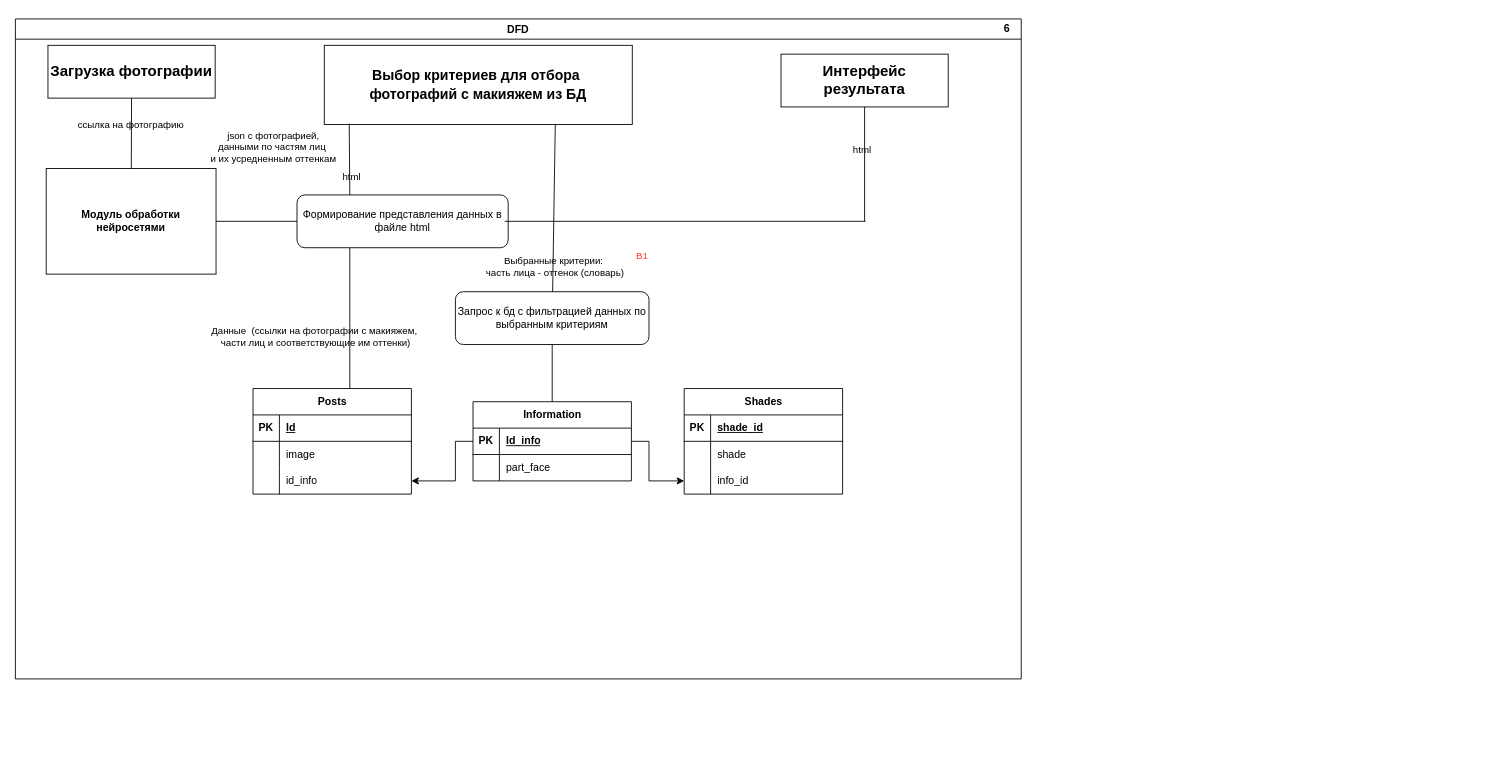
Earlier version of the draw.io diagram page "DFD" (9 of 9) of documentation/Диаграмма без названия.drawio (DashaTkach/Project). Source tidied: cells renumbered, new cells numbered last; positions are measured from the earlier drawing's top-left corner, leaving out a move shared by most shapes. Both pictures are drawn from the tidied source at 88%, with x=0, y=0 at pixel (15, 15). Pictures stored in the file or linked from it are replaced by grey dashed boxes.
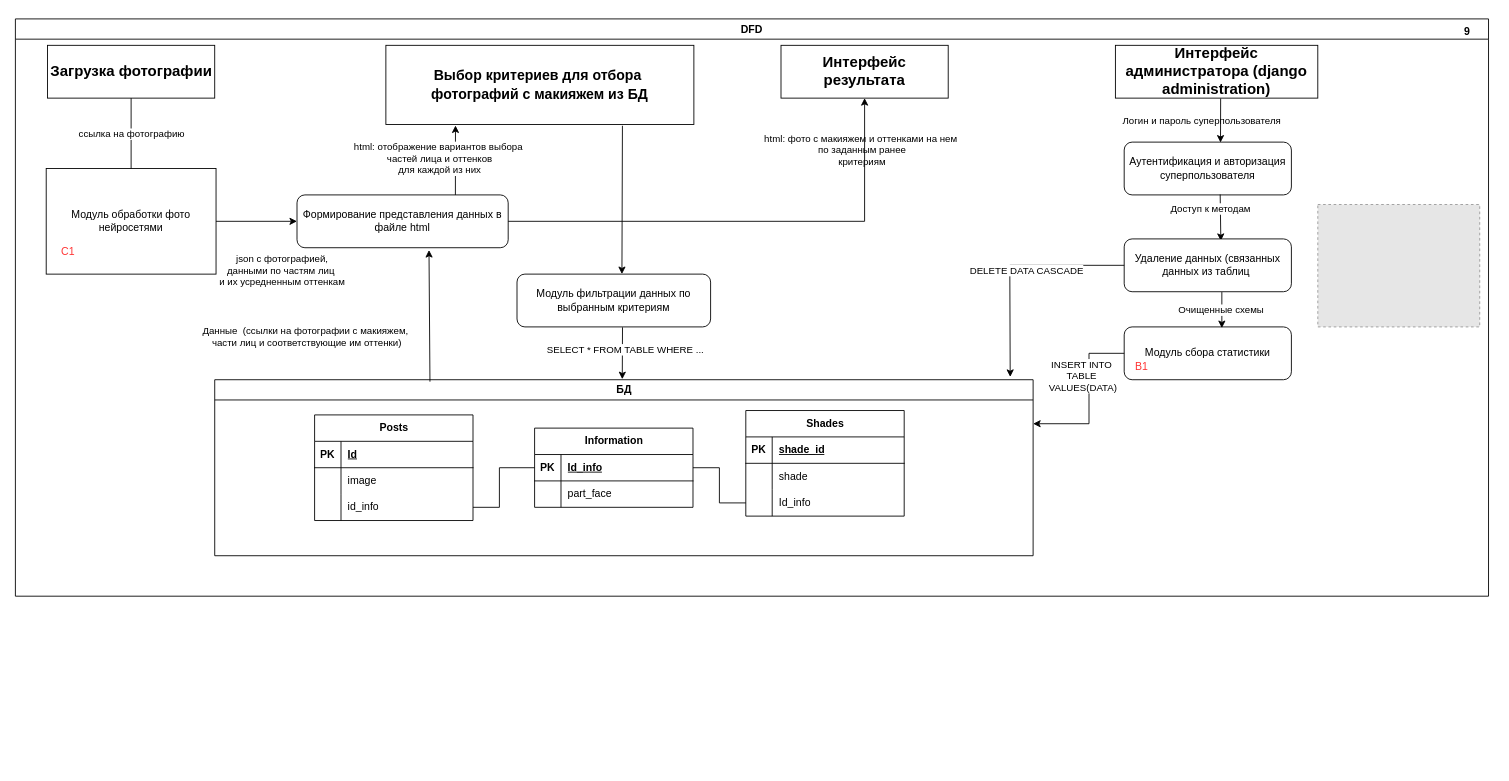
After the change.

Unchanged cells that the change refers to:
```xml
<mxCell id="11" style="shape=tableRow;horizontal=0;startSize=0;swimlaneHead=0;swimlaneBody=0;fillColor=none;points=[[0,0.5],[1,0.5]];portConstraint=eastwest;top=0;left=0;right=0;bottom=0;" parent="4" vertex="1">
  <mxGeometry y="90" width="180" height="30" as="geometry" />
</mxCell>
<mxCell id="15" style="shape=tableRow;horizontal=0;startSize=0;swimlaneHead=0;swimlaneBody=0;fillColor=none;points=[[0,0.5],[1,0.5]];portConstraint=eastwest;top=0;left=0;right=0;bottom=1;" parent="14" vertex="1">
  <mxGeometry y="30" width="180" height="30" as="geometry" />
</mxCell>
<mxCell id="28" style="shape=tableRow;horizontal=0;startSize=0;swimlaneHead=0;swimlaneBody=0;fillColor=none;points=[[0,0.5],[1,0.5]];portConstraint=eastwest;top=0;left=0;right=0;bottom=0;" parent="21" vertex="1">
  <mxGeometry y="90" width="180" height="30" as="geometry" />
</mxCell>
```

What changed in the source:
```diff
@@
+    <mxCell id="35" value="DFD" style="swimlane;" parent="1" vertex="1">
+      <mxGeometry y="4" width="1674" height="656" as="geometry" />
+    </mxCell>
+    <mxCell id="36" value="&lt;b&gt;9&lt;/b&gt;" style="text;html=1;align=center;verticalAlign=middle;whiteSpace=wrap;rounded=0;" parent="35" vertex="1">
+      <mxGeometry x="1620" width="60" height="30" as="geometry" />
+    </mxCell>
+    <mxCell id="37" value="Модуль обработки фото нейросетями" style="rounded=0;whiteSpace=wrap;html=1;" parent="35" vertex="1">
+      <mxGeometry x="35" y="170" width="193" height="120" as="geometry" />
+    </mxCell>
+    <mxCell id="38" value="json с фотографией,&lt;div&gt;данными по частям лиц&amp;nbsp;&lt;/div&gt;&lt;div&gt;и их усредненным оттенкам&lt;/div&gt;" style="edgeLabel;html=1;align=center;verticalAlign=middle;" parent="35" vertex="1">
+      <mxGeometry x="310" y="320" as="geometry">
+        <mxPoint x="-8" y="-35" as="offset" />
+      </mxGeometry>
+    </mxCell>
+    <mxCell id="39" value="&lt;font style=&quot;font-size: 12px;&quot;&gt;Формирование представления данных в файле html&lt;/font&gt;" style="rounded=1;whiteSpace=wrap;html=1;" parent="35" vertex="1">
+      <mxGeometry x="320" y="200" width="240" height="60" as="geometry" />
+    </mxCell>
+    <mxCell id="42" value="html:&amp;nbsp;фото с макияжем и оттенками на нем&amp;nbsp;&lt;div&gt;по заданным ранее &lt;br/&gt;критериям&lt;/div&gt;" style="edgeLabel;html=1;align=center;verticalAlign=middle;" parent="35" vertex="1">
+      <mxGeometry x="1320" y="730" as="geometry">
+        <mxPoint x="-359" y="-582" as="offset" />
+      </mxGeometry>
+    </mxCell>
+    <mxCell id="43" value="&lt;font style=&quot;font-size: 12px;&quot;&gt;Модуль фильтрации данных по выбранным критериям&lt;/font&gt;" style="rounded=1;whiteSpace=wrap;html=1;" parent="35" vertex="1">
+      <mxGeometry x="570" y="290" width="220" height="60" as="geometry" />
+    </mxCell>
+    <mxCell id="44" value="Данные&amp;nbsp; (ссылки на фотографии с макияжем,&amp;nbsp;&lt;div&gt;части лиц и соответствующие им оттенки)&lt;/div&gt;" style="edgeLabel;html=1;align=center;verticalAlign=middle;" parent="35" vertex="1">
+      <mxGeometry x="330" y="360" as="geometry" />
+    </mxCell>
+    <mxCell id="46" value="Интерфейс результата" style="rounded=0;whiteSpace=wrap;html=1;fontSize=17;fontStyle=1;" parent="35" vertex="1">
+      <mxGeometry x="870" y="30" width="190" height="60" as="geometry" />
+    </mxCell>
-    <mxCell id="2" value="Загрузка фотографии" style="rounded=0;whiteSpace=wrap;html=1;fontSize=17;fontStyle=1;" parent="1" vertex="1">
-      <mxGeometry x="37" y="34" width="190" height="60" as="geometry" />
+    <mxCell id="2" value="Загрузка фотографии" style="rounded=0;whiteSpace=wrap;html=1;fontSize=17;fontStyle=1;" parent="35" vertex="1">
+      <mxGeometry x="36.5" y="30" width="190" height="60" as="geometry" />
     </mxCell>
+    <mxCell id="49" style="endArrow=none;html=1;rounded=0;entryX=0.5;entryY=1;entryDx=0;entryDy=0;" parent="35" edge="1" source="37" target="2">
+      <mxGeometry relative="1" as="geometry" />
+    </mxCell>
+    <mxCell id="31" value="ссылка на фотографию" style="edgeLabel;html=1;align=center;verticalAlign=middle;" parent="35" vertex="1">
+      <mxGeometry x="131.5" y="130" as="geometry" />
+    </mxCell>
-    <mxCell id="3" value="&lt;font style=&quot;font-size: 16px;&quot;&gt;Выбор критериев для отбора&amp;nbsp;&lt;/font&gt;&lt;div&gt;&lt;font style=&quot;font-size: 16px;&quot;&gt;фотографий&amp;nbsp;&lt;/font&gt;&lt;span style=&quot;font-size: 16px; background-color: initial;&quot;&gt;с макияжем из БД&lt;/span&gt;&lt;/div&gt;" style="rounded=0;whiteSpace=wrap;html=1;fontSize=17;fontStyle=1;" parent="1" vertex="1">
-      <mxGeometry x="351" y="34" width="350" height="90" as="geometry" />
+    <mxCell id="3" value="&lt;font style=&quot;font-size: 16px;&quot;&gt;Выбор критериев для отбора&amp;nbsp;&lt;/font&gt;&lt;div&gt;&lt;font style=&quot;font-size: 16px;&quot;&gt;фотографий&amp;nbsp;&lt;/font&gt;&lt;span style=&quot;font-size: 16px; background-color: initial;&quot;&gt;с макияжем из БД&lt;/span&gt;&lt;/div&gt;" style="rounded=0;whiteSpace=wrap;html=1;fontSize=17;fontStyle=1;" parent="35" vertex="1">
+      <mxGeometry x="421" y="30" width="350" height="90" as="geometry" />
     </mxCell>
+    <mxCell id="54" value="Интерфейс администратора (django administration)" style="rounded=0;whiteSpace=wrap;html=1;fontSize=17;fontStyle=1;" parent="35" vertex="1">
+      <mxGeometry x="1250" y="30" width="230" height="60" as="geometry" />
+    </mxCell>
+    <mxCell id="55" value="Аутентификация и авторизация суперпользователя" style="rounded=1;whiteSpace=wrap;html=1;" parent="35" vertex="1">
+      <mxGeometry x="1260" y="140" width="190" height="60" as="geometry" />
+    </mxCell>
+    <mxCell id="56" value="Логин и пароль суперпользователя" style="edgeLabel;html=1;align=center;verticalAlign=middle;" parent="35" vertex="1">
+      <mxGeometry x="1355" y="150" as="geometry">
+        <mxPoint x="-8" y="-35" as="offset" />
+      </mxGeometry>
+    </mxCell>
+    <mxCell id="57" style="endArrow=classic;html=1;rounded=0;exitX=0.52;exitY=1.008;exitDx=0;exitDy=0;exitPerimeter=0;entryX=0.576;entryY=0.009;entryDx=0;entryDy=0;entryPerimeter=0;" parent="35" edge="1" source="54" target="55">
+      <mxGeometry relative="1" as="geometry" />
+    </mxCell>
+    <mxCell id="58" style="fillColor=#E6E6E6;strokeColor=#999999;dashed=1;verticalLabelPosition=bottom;labelBackgroundColor=default;verticalAlign=top;" parent="35" vertex="1">
+      <mxGeometry x="1480" y="210.9" width="184" height="139.1" as="geometry" />
+    </mxCell>
+    <mxCell id="59" style="endArrow=classic;html=1;rounded=0;exitX=0.574;exitY=0.992;exitDx=0;exitDy=0;exitPerimeter=0;entryX=0.578;entryY=0.038;entryDx=0;entryDy=0;entryPerimeter=0;" parent="35" edge="1" source="55" target="62">
+      <mxGeometry relative="1" as="geometry" />
+    </mxCell>
+    <mxCell id="60" value="Модуль сбора статистики" style="rounded=1;whiteSpace=wrap;html=1;" parent="35" vertex="1">
+      <mxGeometry x="1260" y="350" width="190" height="60" as="geometry" />
+    </mxCell>
+    <mxCell id="61" value="Доступ к методам" style="edgeLabel;html=1;align=center;verticalAlign=middle;" parent="35" vertex="1">
+      <mxGeometry x="1365" y="250" as="geometry">
+        <mxPoint x="-8" y="-35" as="offset" />
+      </mxGeometry>
+    </mxCell>
+    <mxCell id="62" value="Удаление данных (связанных данных из таблиц&amp;nbsp;" style="rounded=1;whiteSpace=wrap;html=1;" parent="35" vertex="1">
+      <mxGeometry x="1260" y="250" width="190" height="60" as="geometry" />
+    </mxCell>
+    <mxCell id="63" style="endArrow=classic;html=1;rounded=0;exitX=0.584;exitY=1.007;exitDx=0;exitDy=0;exitPerimeter=0;entryX=0.584;entryY=0.022;entryDx=0;entryDy=0;entryPerimeter=0;" parent="35" edge="1" source="62" target="60">
+      <mxGeometry relative="1" as="geometry" />
+    </mxCell>
+    <mxCell id="64" value="Очищенные схемы" style="edgeLabel;html=1;align=center;verticalAlign=middle;" parent="63" vertex="1">
+      <mxGeometry x="-0.03" y="-1" relative="1" as="geometry" />
+    </mxCell>
-    <mxCell id="4" value="Posts" style="shape=table;startSize=30;childLayout=tableLayout;rowLines=0;fontStyle=1;align=center;html=1;" parent="1" vertex="1">
-      <mxGeometry x="270" y="424" width="180" height="120" as="geometry" />
+    <mxCell id="4" value="Posts" style="shape=table;startSize=30;childLayout=tableLayout;rowLines=0;fontStyle=1;align=center;html=1;" parent="35" vertex="1">
+      <mxGeometry x="340" y="450" width="180" height="120" as="geometry" />
     </mxCell>
@@
-    <mxCell id="14" value="Information" style="shape=table;startSize=30;childLayout=tableLayout;rowLines=0;fontStyle=1;align=center;html=1;" parent="1" vertex="1">
-      <mxGeometry x="520" y="439" width="180" height="90" as="geometry" />
+    <mxCell id="14" value="Information" style="shape=table;startSize=30;childLayout=tableLayout;rowLines=0;fontStyle=1;align=center;html=1;" parent="35" vertex="1">
+      <mxGeometry x="590" y="465" width="180" height="90" as="geometry" />
     </mxCell>
@@
-    <mxCell id="21" value="Shades" style="shape=table;startSize=30;childLayout=tableLayout;rowLines=0;fontStyle=1;align=center;html=1;" parent="1" vertex="1">
-      <mxGeometry x="760" y="424" width="180" height="120" as="geometry" />
+    <mxCell id="21" value="Shades" style="shape=table;startSize=30;childLayout=tableLayout;rowLines=0;fontStyle=1;align=center;html=1;" parent="35" vertex="1">
+      <mxGeometry x="830" y="445" width="180" height="120" as="geometry" />
     </mxCell>
@@
-    <mxCell id="30" value="info_id" style="shape=partialRectangle;fillColor=none;top=0;left=0;bottom=0;right=0;align=left;spacingLeft=6;overflow=hidden;whiteSpace=wrap;html=1;" parent="28" vertex="1">
+    <mxCell id="30" value="Id_info" style="shape=partialRectangle;fillColor=none;top=0;left=0;bottom=0;right=0;align=left;spacingLeft=6;overflow=hidden;whiteSpace=wrap;html=1;" parent="28" vertex="1">
       <mxGeometry x="30" width="150" height="30" as="geometry" />
     </mxCell>
-    <mxCell id="31" value="ссылка на фотографию" style="edgeLabel;html=1;align=center;verticalAlign=middle;" parent="1" vertex="1">
-      <mxGeometry x="130" y="124" as="geometry" />
-    </mxCell>
+    <mxCell id="65" value="БД" style="swimlane;whiteSpace=wrap;html=1;" parent="35" vertex="1">
+      <mxGeometry x="226.5" y="410" width="930" height="200" as="geometry" />
+    </mxCell>
+    <mxCell id="66" style="endArrow=classic;html=1;rounded=0;exitX=0;exitY=0.5;exitDx=0;exitDy=0;entryX=0.972;entryY=-0.016;entryDx=0;entryDy=0;entryPerimeter=0;" parent="35" edge="1" source="62" target="65">
+      <mxGeometry relative="1" as="geometry">
+        <Array as="points">
+          <mxPoint x="1130" y="280" />
+        </Array>
+      </mxGeometry>
+    </mxCell>
+    <mxCell id="67" style="endArrow=classic;html=1;rounded=0;exitX=0;exitY=0.5;exitDx=0;exitDy=0;entryX=1;entryY=0.25;entryDx=0;entryDy=0;" parent="35" edge="1" source="60" target="65">
+      <mxGeometry relative="1" as="geometry">
+        <Array as="points">
+          <mxPoint x="1220" y="380" />
+          <mxPoint x="1220" y="460" />
+        </Array>
+      </mxGeometry>
+    </mxCell>
+    <mxCell id="68" value="INSERT INTO&amp;nbsp;&lt;div&gt;TABLE&amp;nbsp;&lt;div&gt;VALUES(DATA)&lt;/div&gt;&lt;/div&gt;" style="edgeLabel;html=1;align=center;verticalAlign=middle;" parent="35" vertex="1">
+      <mxGeometry x="1220" y="440" as="geometry">
+        <mxPoint x="-8" y="-35" as="offset" />
+      </mxGeometry>
+    </mxCell>
+    <mxCell id="69" value="DELETE DATA CASCADE" style="edgeLabel;html=1;align=center;verticalAlign=middle;" parent="35" vertex="1">
+      <mxGeometry x="1156.5" y="320" as="geometry">
+        <mxPoint x="-8" y="-35" as="offset" />
+      </mxGeometry>
+    </mxCell>
+    <mxCell id="41" style="endArrow=classic;html=1;rounded=0;exitX=1;exitY=0.5;exitDx=0;exitDy=0;entryX=0;entryY=0.5;entryDx=0;entryDy=0;" parent="35" edge="1" source="37" target="39">
+      <mxGeometry relative="1" as="geometry" />
+    </mxCell>
+    <mxCell id="50" style="endArrow=classic;html=1;rounded=0;exitX=0.75;exitY=0;exitDx=0;exitDy=0;entryX=0.226;entryY=1.012;entryDx=0;entryDy=0;entryPerimeter=0;" parent="35" edge="1" source="39" target="3">
+      <mxGeometry relative="1" as="geometry" />
+    </mxCell>
+    <mxCell id="48" value="html: отображение вариантов выбора&amp;nbsp;&lt;div&gt;частей лица и оттенков &lt;br&gt;для каждой из них&lt;/div&gt;" style="edgeLabel;html=1;align=center;verticalAlign=middle;" parent="35" vertex="1">
+      <mxGeometry x="840" y="740" as="geometry">
+        <mxPoint x="-359" y="-582" as="offset" />
+      </mxGeometry>
+    </mxCell>
+    <mxCell id="70" style="endArrow=classic;html=1;rounded=0;exitX=0.768;exitY=1.016;exitDx=0;exitDy=0;entryX=0.542;entryY=-0.001;entryDx=0;entryDy=0;entryPerimeter=0;exitPerimeter=0;" parent="35" edge="1" source="3" target="43">
+      <mxGeometry relative="1" as="geometry" />
+    </mxCell>
+    <mxCell id="71" style="endArrow=classic;html=1;rounded=0;exitX=0.545;exitY=1.008;exitDx=0;exitDy=0;exitPerimeter=0;entryX=0.498;entryY=-0.003;entryDx=0;entryDy=0;entryPerimeter=0;" parent="35" edge="1" source="43" target="65">
+      <mxGeometry relative="1" as="geometry" />
+    </mxCell>
+    <mxCell id="72" value="SELECT * FROM TABLE WHERE ..." style="edgeLabel;html=1;align=center;verticalAlign=middle;" parent="35" vertex="1">
+      <mxGeometry x="700" y="410" as="geometry">
+        <mxPoint x="-8" y="-35" as="offset" />
+      </mxGeometry>
+    </mxCell>
+    <mxCell id="73" style="endArrow=classic;html=1;rounded=0;entryX=0.625;entryY=1.044;entryDx=0;entryDy=0;entryPerimeter=0;exitX=0.263;exitY=0.011;exitDx=0;exitDy=0;exitPerimeter=0;" parent="35" edge="1" source="65" target="39">
+      <mxGeometry relative="1" as="geometry" />
+    </mxCell>
+    <mxCell id="74" style="endArrow=classic;html=1;rounded=0;exitX=1;exitY=0.5;exitDx=0;exitDy=0;entryX=0.5;entryY=1;entryDx=0;entryDy=0;" parent="35" edge="1" source="39" target="46">
+      <mxGeometry relative="1" as="geometry">
+        <Array as="points">
+          <mxPoint x="965" y="230" />
+        </Array>
+      </mxGeometry>
+    </mxCell>
+    <mxCell id="75" style="endArrow=none;html=1;rounded=0;entryX=0;entryY=0.5;entryDx=0;entryDy=0;exitX=1;exitY=0.5;exitDx=0;exitDy=0;" parent="35" edge="1" source="11" target="15">
+      <mxGeometry relative="1" as="geometry">
+        <Array as="points">
+          <mxPoint x="550" y="555" />
+          <mxPoint x="550" y="510" />
+        </Array>
+      </mxGeometry>
+    </mxCell>
-    <mxCell id="32" style="endArrow=classic;html=1;rounded=0;exitX=1;exitY=0.5;exitDx=0;exitDy=0;entryX=0;entryY=0.5;entryDx=0;entryDy=0;" parent="1" edge="1" source="15" target="28">
+    <mxCell id="32" style="endArrow=none;html=1;rounded=0;entryX=0;entryY=0.5;entryDx=0;entryDy=0;exitX=1;exitY=0.5;exitDx=0;exitDy=0;" parent="35" edge="1" source="15" target="28">
       <mxGeometry relative="1" as="geometry">
         <Array as="points">
-          <mxPoint x="720" y="484" />
-          <mxPoint x="720" y="529" />
+          <mxPoint x="800" y="510" />
+          <mxPoint x="800" y="550" />
         </Array>
       </mxGeometry>
     </mxCell>
-    <mxCell id="33" style="endArrow=classic;html=1;rounded=0;exitX=0;exitY=0.5;exitDx=0;exitDy=0;entryX=1;entryY=0.5;entryDx=0;entryDy=0;" parent="1" edge="1" source="15" target="11">
-      <mxGeometry relative="1" as="geometry">
-        <Array as="points">
-          <mxPoint x="500" y="484" />
-          <mxPoint x="500" y="529" />
-        </Array>
-      </mxGeometry>
-    </mxCell>
-    <mxCell id="34" value="&lt;font color=&quot;#ff3333&quot;&gt;В1&lt;/font&gt;" style="edgeLabel;html=1;align=center;verticalAlign=middle;" parent="1" vertex="1">
-      <mxGeometry x="1070" y="854" as="geometry">
-        <mxPoint x="-359" y="-582" as="offset" />
-      </mxGeometry>
-    </mxCell>
-    <mxCell id="35" value="DFD" style="swimlane;" parent="1" vertex="1">
-      <mxGeometry y="4" width="1143" height="750" as="geometry" />
-    </mxCell>
-    <mxCell id="36" value="&lt;b&gt;6&lt;/b&gt;" style="text;html=1;align=center;verticalAlign=middle;whiteSpace=wrap;rounded=0;" parent="35" vertex="1">
-      <mxGeometry x="1097" y="-4" width="60" height="30" as="geometry" />
-    </mxCell>
-    <mxCell id="37" value="&lt;b&gt;Модуль обработки нейросетями&lt;/b&gt;" style="rounded=0;whiteSpace=wrap;html=1;" parent="35" vertex="1">
-      <mxGeometry x="35" y="170" width="193" height="120" as="geometry" />
-    </mxCell>
-    <mxCell id="38" value="json с фотографией,&lt;div&gt;данными по частям лиц&amp;nbsp;&lt;/div&gt;&lt;div&gt;и их усредненным оттенкам&lt;/div&gt;" style="edgeLabel;html=1;align=center;verticalAlign=middle;" parent="35" vertex="1">
-      <mxGeometry x="300" y="180" as="geometry">
-        <mxPoint x="-8" y="-35" as="offset" />
-      </mxGeometry>
-    </mxCell>
-    <mxCell id="39" value="&lt;font style=&quot;font-size: 12px;&quot;&gt;Формирование представления данных в файле html&lt;/font&gt;" style="rounded=1;whiteSpace=wrap;html=1;" parent="35" vertex="1">
-      <mxGeometry x="320" y="200" width="240" height="60" as="geometry" />
-    </mxCell>
-    <mxCell id="40" value="Выбранные критерии:&amp;nbsp;&lt;div&gt;часть лица - оттенок (словарь)&lt;/div&gt;" style="edgeLabel;html=1;align=center;verticalAlign=middle;" parent="35" vertex="1">
-      <mxGeometry x="612" y="281" as="geometry" />
-    </mxCell>
-    <mxCell id="41" style="endArrow=none;html=1;rounded=0;" parent="35" edge="1" source="37" target="39">
-      <mxGeometry relative="1" as="geometry" />
-    </mxCell>
-    <mxCell id="42" value="html" style="edgeLabel;html=1;align=center;verticalAlign=middle;" parent="35" vertex="1">
-      <mxGeometry x="1320" y="730" as="geometry">
-        <mxPoint x="-359" y="-582" as="offset" />
-      </mxGeometry>
-    </mxCell>
-    <mxCell id="43" value="&lt;font style=&quot;font-size: 12px;&quot;&gt;Запрос к бд с фильтрацией данных по выбранным критериям&lt;/font&gt;" style="rounded=1;whiteSpace=wrap;html=1;" parent="35" vertex="1">
-      <mxGeometry x="500" y="310" width="220" height="60" as="geometry" />
-    </mxCell>
-    <mxCell id="44" value="Данные&amp;nbsp; (ссылки на фотографии с макияжем,&amp;nbsp;&lt;div&gt;части лиц и соответствующие им оттенки)&lt;/div&gt;" style="edgeLabel;html=1;align=center;verticalAlign=middle;" parent="35" vertex="1">
-      <mxGeometry x="340" y="360" as="geometry" />
-    </mxCell>
-    <mxCell id="45" style="endArrow=none;html=1;rounded=0;entryX=0.25;entryY=1;entryDx=0;entryDy=0;" parent="35" edge="1" target="39">
-      <mxGeometry relative="1" as="geometry">
-        <mxPoint x="380" y="420" as="sourcePoint" />
-      </mxGeometry>
-    </mxCell>
-    <mxCell id="46" value="Интерфейс результата" style="rounded=0;whiteSpace=wrap;html=1;fontSize=17;fontStyle=1;" parent="35" vertex="1">
-      <mxGeometry x="870" y="40" width="190" height="60" as="geometry" />
-    </mxCell>
-    <mxCell id="47" style="endArrow=none;html=1;rounded=0;exitX=1;exitY=0.5;exitDx=0;exitDy=0;" parent="35" edge="1">
-      <mxGeometry relative="1" as="geometry">
-        <mxPoint x="556" y="230" as="sourcePoint" />
-        <mxPoint x="966" y="230" as="targetPoint" />
-      </mxGeometry>
-    </mxCell>
-    <mxCell id="48" value="html" style="edgeLabel;html=1;align=center;verticalAlign=middle;" parent="35" vertex="1">
-      <mxGeometry x="740" y="760" as="geometry">
-        <mxPoint x="-359" y="-582" as="offset" />
-      </mxGeometry>
-    </mxCell>
-    <mxCell id="49" style="endArrow=none;html=1;rounded=0;entryX=0.5;entryY=1;entryDx=0;entryDy=0;" parent="1" edge="1" source="37" target="2">
-      <mxGeometry relative="1" as="geometry" />
-    </mxCell>
-    <mxCell id="50" style="endArrow=none;html=1;rounded=0;entryX=0.081;entryY=0.987;entryDx=0;entryDy=0;exitX=0.25;exitY=0;exitDx=0;exitDy=0;entryPerimeter=0;" parent="1" edge="1" source="39" target="3">
-      <mxGeometry relative="1" as="geometry" />
-    </mxCell>
-    <mxCell id="51" style="endArrow=none;html=1;rounded=0;entryX=0.5;entryY=1;entryDx=0;entryDy=0;exitX=0.5;exitY=0;exitDx=0;exitDy=0;" parent="1" edge="1" source="14" target="43">
-      <mxGeometry relative="1" as="geometry" />
-    </mxCell>
-    <mxCell id="52" style="endArrow=none;html=1;rounded=0;entryX=0.75;entryY=1;entryDx=0;entryDy=0;" parent="1" edge="1" source="43" target="3">
-      <mxGeometry relative="1" as="geometry" />
-    </mxCell>
-    <mxCell id="53" style="endArrow=none;html=1;rounded=0;entryX=0.5;entryY=1;entryDx=0;entryDy=0;" parent="1" edge="1" target="46">
-      <mxGeometry relative="1" as="geometry">
-        <mxPoint x="965" y="234" as="sourcePoint" />
-      </mxGeometry>
-    </mxCell>
+    <mxCell id="76" value="&lt;font color=&quot;#ff3333&quot;&gt;B1&lt;/font&gt;" style="text;html=1;align=center;verticalAlign=middle;whiteSpace=wrap;rounded=0;" parent="35" vertex="1">
+      <mxGeometry x="1250" y="380" width="60" height="30" as="geometry" />
+    </mxCell>
+    <mxCell id="77" value="&lt;font color=&quot;#ff3333&quot;&gt;С1&lt;/font&gt;" style="text;html=1;align=center;verticalAlign=middle;whiteSpace=wrap;rounded=0;" parent="35" vertex="1">
+      <mxGeometry x="30" y="250" width="60" height="30" as="geometry" />
+    </mxCell>
```
